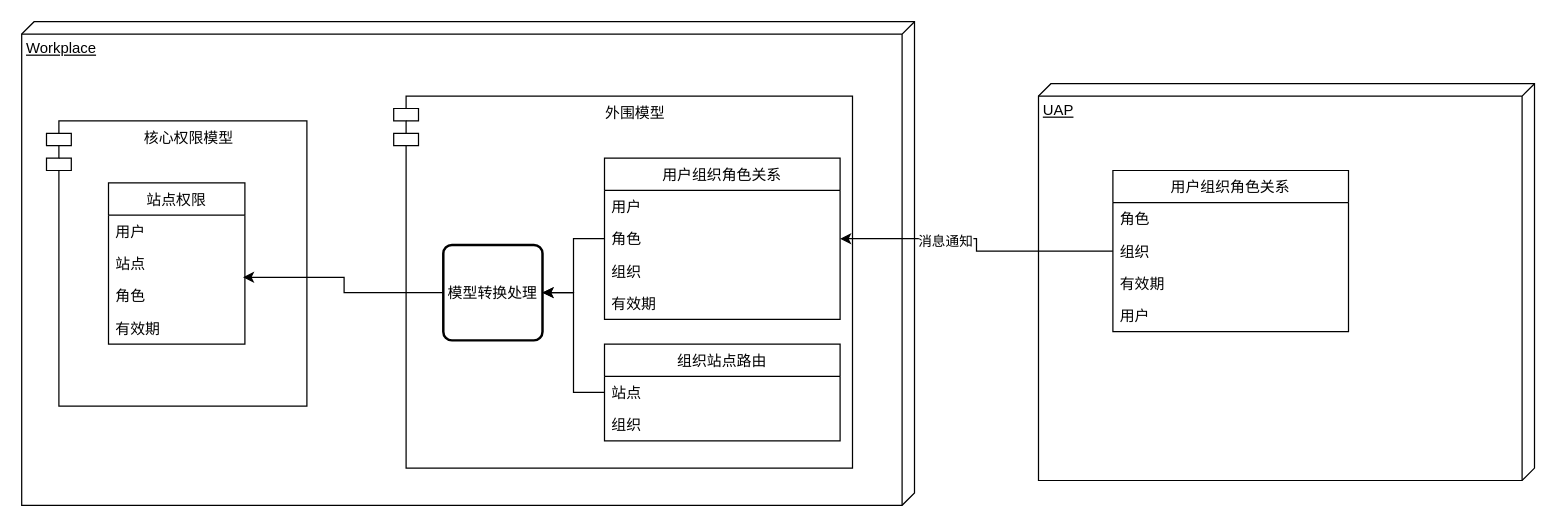
Earlier version of the draw.io diagram 方案图.drawio (hsh-huangweicheng/public). Source tidied: cells renumbered, new cells numbered last; positions are measured from the earlier drawing's top-left corner, leaving out a move shared by most shapes. Both pictures are drawn from the tidied source at 124%, with x=0, y=0 at pixel (21, 21).
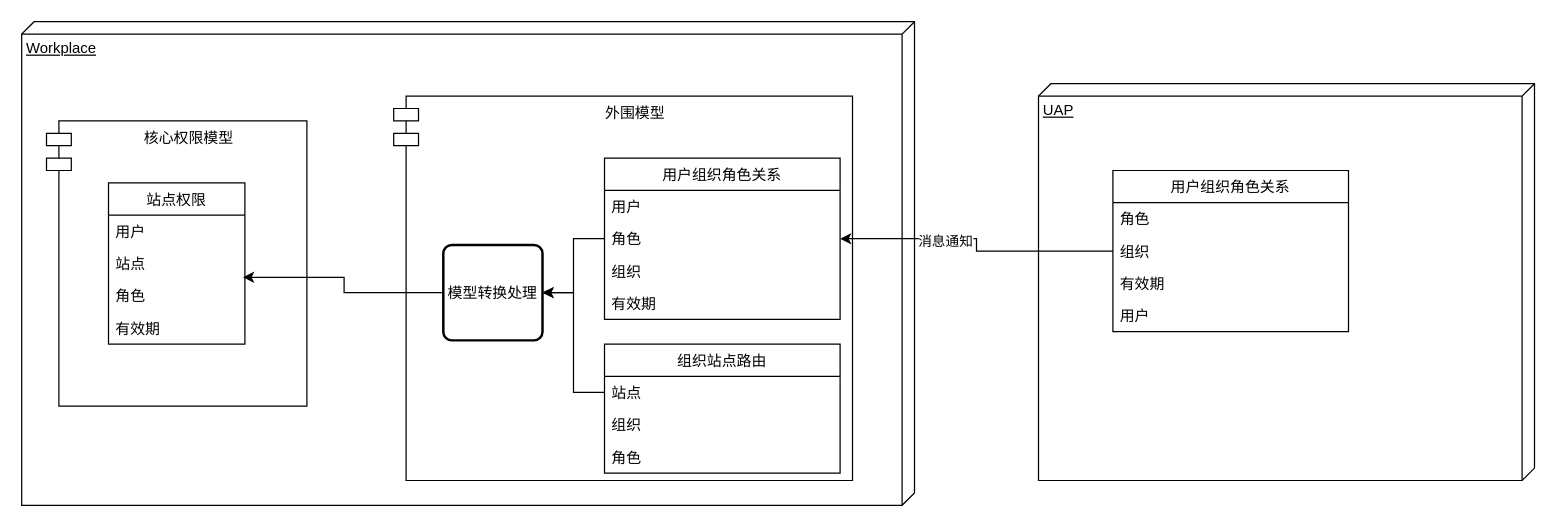
Above is the later version.

Commit message:
更新方案图.drawio

The edit, as a diff of the source:
```diff
@@
     <mxCell id="3" value="外围模型" style="shape=module;align=left;spacingLeft=20;align=center;verticalAlign=top;" parent="1" vertex="1">
-      <mxGeometry x="300" y="60" width="370" height="300" as="geometry" />
+      <mxGeometry x="300" y="60" width="370" height="310" as="geometry" />
     </mxCell>
@@
     <mxCell id="23" value="组织站点路由" style="swimlane;fontStyle=0;horizontal=1;startSize=26;fillColor=none;" parent="1" vertex="1">
-      <mxGeometry x="470" y="260" width="190" height="78" as="geometry" />
+      <mxGeometry x="470" y="260" width="190" height="104" as="geometry" />
     </mxCell>
@@
+    <mxCell id="30" value="角色" style="text;strokeColor=none;fillColor=none;align=left;verticalAlign=top;spacingLeft=4;spacingRight=4;overflow=hidden;" parent="23" vertex="1">
+      <mxGeometry y="78" width="190" height="26" as="geometry" />
+    </mxCell>
```
